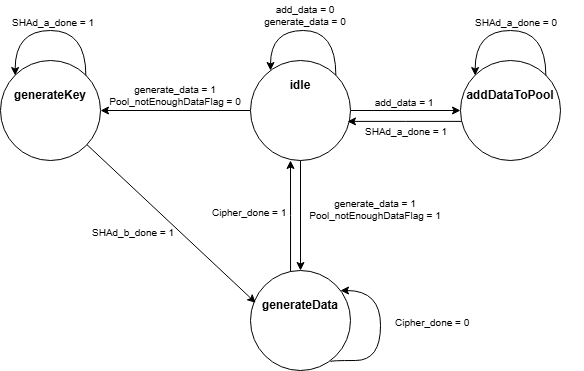
Before: image/README/FSMDiagramRNG.png, a diagram exported from draw.io (rifkifi/Agile-HW-Design-RNG). Source tidied: cells renumbered, new cells last; positions are measured from the earlier drawing's top-left corner, leaving out a move shared by most shapes.
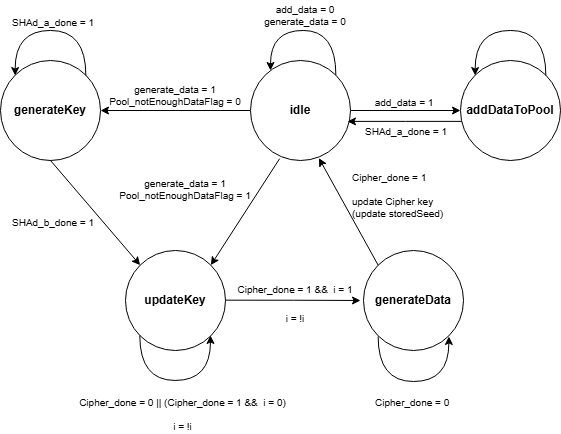
Above is the later version.

Diff of the diagram source:
```diff
@@ -1,127 +1,146 @@
-<mxGraphModel>
+<mxGraphModel background="#ffffff">
   <root>
     <mxCell id="0" />
     <mxCell id="1" parent="0" />
-    <mxCell id="2" style="ellipse;whiteSpace=wrap;html=1;" parent="1" vertex="1">
-      <mxGeometry x="460" y="60" width="100" height="100" as="geometry" />
-    </mxCell>
+    <mxCell id="30" style="ellipse;whiteSpace=wrap;html=1;" parent="1" vertex="1">
+      <mxGeometry x="155" y="850" width="100" height="100" as="geometry" />
+    </mxCell>
+    <mxCell id="31" style="ellipse;whiteSpace=wrap;html=1;" parent="1" vertex="1">
+      <mxGeometry x="490" y="660" width="100" height="100" as="geometry" />
+    </mxCell>
     <mxCell id="3" value="&lt;b&gt;addDataToPool&lt;/b&gt;" style="text;html=1;whiteSpace=wrap;strokeColor=none;fillColor=none;align=center;verticalAlign=middle;rounded=0;" parent="1" vertex="1">
-      <mxGeometry x="480" y="80" width="60" height="30" as="geometry" />
+      <mxGeometry x="510" y="695" width="60" height="30" as="geometry" />
     </mxCell>
-    <mxCell id="4" style="ellipse;whiteSpace=wrap;html=1;" parent="1" vertex="1">
-      <mxGeometry x="250" y="270" width="100" height="100" as="geometry" />
-    </mxCell>
+    <mxCell id="32" style="ellipse;whiteSpace=wrap;html=1;" parent="1" vertex="1">
+      <mxGeometry x="393" y="850" width="100" height="100" as="geometry" />
+    </mxCell>
     <mxCell id="5" value="&lt;b&gt;generateData&lt;/b&gt;" style="text;html=1;whiteSpace=wrap;strokeColor=none;fillColor=none;align=center;verticalAlign=middle;rounded=0;" parent="1" vertex="1">
-      <mxGeometry x="270" y="290" width="60" height="30" as="geometry" />
+      <mxGeometry x="413" y="885" width="60" height="30" as="geometry" />
     </mxCell>
-    <mxCell id="6" style="ellipse;whiteSpace=wrap;html=1;" parent="1" vertex="1">
-      <mxGeometry y="60" width="100" height="100" as="geometry" />
-    </mxCell>
+    <mxCell id="33" style="ellipse;whiteSpace=wrap;html=1;" parent="1" vertex="1">
+      <mxGeometry x="30" y="660" width="100" height="100" as="geometry" />
+    </mxCell>
     <mxCell id="7" value="&lt;b&gt;generateKey&lt;/b&gt;" style="text;html=1;whiteSpace=wrap;strokeColor=none;fillColor=none;align=center;verticalAlign=middle;rounded=0;" parent="1" vertex="1">
-      <mxGeometry x="20" y="80" width="60" height="30" as="geometry" />
+      <mxGeometry x="50" y="695" width="60" height="30" as="geometry" />
     </mxCell>
-    <mxCell id="8" style="edgeStyle=orthogonalEdgeStyle;rounded=0;jettySize=auto;html=1;entryX=0;entryY=0.5;entryDx=0;entryDy=0;" parent="1" edge="1" source="11" target="2">
-      <mxGeometry relative="1" as="geometry" />
-    </mxCell>
-    <mxCell id="9" style="edgeStyle=orthogonalEdgeStyle;rounded=0;jettySize=auto;html=1;entryX=0.5;entryY=0;entryDx=0;entryDy=0;" parent="1" edge="1" source="11" target="4">
-      <mxGeometry relative="1" as="geometry" />
-    </mxCell>
-    <mxCell id="10" style="edgeStyle=orthogonalEdgeStyle;rounded=0;jettySize=auto;html=1;entryX=1;entryY=0.5;entryDx=0;entryDy=0;" parent="1" edge="1" source="11" target="6">
-      <mxGeometry relative="1" as="geometry" />
-    </mxCell>
-    <mxCell id="11" style="ellipse;whiteSpace=wrap;html=1;" parent="1" vertex="1">
-      <mxGeometry x="250" y="60" width="100" height="100" as="geometry" />
-    </mxCell>
+    <mxCell id="34" style="edgeStyle=orthogonalEdgeStyle;rounded=0;jettySize=auto;html=1;entryX=0;entryY=0.5;entryDx=0;entryDy=0;" parent="1" edge="1" source="36" target="31">
+      <mxGeometry relative="1" as="geometry" />
+    </mxCell>
+    <mxCell id="35" style="edgeStyle=orthogonalEdgeStyle;rounded=0;jettySize=auto;html=1;entryX=1;entryY=0.5;entryDx=0;entryDy=0;" parent="1" edge="1" source="36" target="33">
+      <mxGeometry relative="1" as="geometry" />
+    </mxCell>
+    <mxCell id="36" style="ellipse;whiteSpace=wrap;html=1;" parent="1" vertex="1">
+      <mxGeometry x="280" y="660" width="100" height="100" as="geometry" />
+    </mxCell>
     <mxCell id="12" value="&lt;b&gt;idle&lt;/b&gt;" style="text;html=1;whiteSpace=wrap;strokeColor=none;fillColor=none;align=center;verticalAlign=middle;rounded=0;" parent="1" vertex="1">
-      <mxGeometry x="270" y="70" width="60" height="30" as="geometry" />
+      <mxGeometry x="300" y="695" width="60" height="30" as="geometry" />
     </mxCell>
     <mxCell id="13" value="add_data = 1" style="text;html=1;align=center;verticalAlign=middle;whiteSpace=wrap;rounded=0;fontSize=10;" parent="1" vertex="1">
-      <mxGeometry x="364" y="87" width="80" height="30" as="geometry" />
+      <mxGeometry x="394" y="687" width="80" height="30" as="geometry" />
     </mxCell>
     <mxCell id="14" value="generate_data = 1&lt;br&gt;&lt;div&gt;&lt;span style=&quot;background-color: transparent; color: light-dark(rgb(0, 0, 0), rgb(255, 255, 255));&quot;&gt;Pool_notEnoughDataFlag = 1&lt;/span&gt;&lt;div&gt;&lt;div&gt;&lt;br&gt;&lt;/div&gt;&lt;/div&gt;&lt;/div&gt;" style="text;html=1;align=center;verticalAlign=middle;whiteSpace=wrap;rounded=0;fontSize=10;" parent="1" vertex="1">
-      <mxGeometry x="300" y="200" width="150" height="30" as="geometry" />
+      <mxGeometry x="140" y="780" width="150" height="30" as="geometry" />
     </mxCell>
-    <mxCell id="15" style="endArrow=classic;html=1;rounded=0;entryX=0;entryY=0;entryDx=0;entryDy=0;edgeStyle=orthogonalEdgeStyle;curved=1;exitX=1;exitY=0;exitDx=0;exitDy=0;" parent="1" edge="1" source="11">
-      <mxGeometry relative="1" as="geometry">
-        <mxPoint x="270" y="70" as="targetPoint" />
-        <Array as="points">
-          <mxPoint x="335" y="30" />
-          <mxPoint x="270" y="30" />
-        </Array>
-      </mxGeometry>
-    </mxCell>
+    <mxCell id="37" style="endArrow=classic;html=1;rounded=0;entryX=0;entryY=0;entryDx=0;entryDy=0;edgeStyle=orthogonalEdgeStyle;curved=1;exitX=1;exitY=0;exitDx=0;exitDy=0;" parent="1" edge="1" source="36">
+      <mxGeometry relative="1" as="geometry">
+        <mxPoint x="300" y="670" as="targetPoint" />
+        <Array as="points">
+          <mxPoint x="365" y="630" />
+          <mxPoint x="300" y="630" />
+        </Array>
+      </mxGeometry>
+    </mxCell>
     <mxCell id="16" value="add_data = 0&lt;div&gt;generate_data = 0&lt;/div&gt;" style="text;html=1;align=center;verticalAlign=middle;whiteSpace=wrap;rounded=0;fontSize=10;" parent="1" vertex="1">
-      <mxGeometry x="250" width="110" height="30" as="geometry" />
+      <mxGeometry x="280" y="600" width="110" height="30" as="geometry" />
     </mxCell>
-    <mxCell id="17" style="edgeStyle=orthogonalEdgeStyle;rounded=0;jettySize=auto;html=1;entryX=0.97;entryY=0.609;entryDx=0;entryDy=0;entryPerimeter=0;" parent="1" edge="1" source="2" target="11">
-      <mxGeometry relative="1" as="geometry">
-        <Array as="points">
-          <mxPoint x="405" y="120" />
-        </Array>
-      </mxGeometry>
-    </mxCell>
+    <mxCell id="38" style="edgeStyle=orthogonalEdgeStyle;rounded=0;jettySize=auto;html=1;entryX=0.97;entryY=0.609;entryDx=0;entryDy=0;entryPerimeter=0;" parent="1" edge="1" source="31" target="36">
+      <mxGeometry relative="1" as="geometry">
+        <Array as="points">
+          <mxPoint x="435" y="720" />
+        </Array>
+      </mxGeometry>
+    </mxCell>
     <mxCell id="18" value="generate_data = 1&lt;div&gt;&lt;div&gt;Pool_notEnoughDataFlag = 0&lt;/div&gt;&lt;/div&gt;" style="text;html=1;align=center;verticalAlign=middle;whiteSpace=wrap;rounded=0;fontSize=10;" parent="1" vertex="1">
-      <mxGeometry x="100" y="80" width="150" height="30" as="geometry" />
+      <mxGeometry x="130" y="680" width="150" height="30" as="geometry" />
     </mxCell>
-    <mxCell id="19" value="SHAd_a_done = 1" style="text;whiteSpace=wrap;fontSize=10;" parent="1" vertex="1">
-      <mxGeometry x="363" y="119" width="110" height="40" as="geometry" />
-    </mxCell>
-    <mxCell id="20" value="Cipher_done = 1" style="text;whiteSpace=wrap;fontSize=10;" parent="1" vertex="1">
-      <mxGeometry x="210" y="200" width="80" height="40" as="geometry" />
-    </mxCell>
-    <mxCell id="21" style="edgeStyle=orthogonalEdgeStyle;rounded=0;jettySize=auto;html=1;" parent="1" edge="1" source="4">
-      <mxGeometry relative="1" as="geometry">
-        <mxPoint x="290" y="160" as="targetPoint" />
-        <Array as="points">
-          <mxPoint x="290" y="215" />
-        </Array>
-      </mxGeometry>
-    </mxCell>
-    <mxCell id="22" style="rounded=0;jettySize=auto;html=1;entryX=0.052;entryY=0.323;entryDx=0;entryDy=0;entryPerimeter=0;" parent="1" edge="1" source="6" target="4">
-      <mxGeometry relative="1" as="geometry" />
-    </mxCell>
+    <mxCell id="39" value="SHAd_a_done = 1" style="text;whiteSpace=wrap;fontSize=10;" parent="1" vertex="1">
+      <mxGeometry x="393" y="719" width="110" height="40" as="geometry" />
+    </mxCell>
+    <mxCell id="40" value="Cipher_done = 1&#10;&#10;update Cipher key &#10;(update storedSeed) " style="text;whiteSpace=wrap;fontSize=10;" parent="1" vertex="1">
+      <mxGeometry x="380" y="765" width="140" height="45" as="geometry" />
+    </mxCell>
     <mxCell id="23" value="SHAd_b_done = 1" style="text;whiteSpace=wrap;fontSize=10;" parent="1" vertex="1">
-      <mxGeometry x="90" y="220" width="90" height="40" as="geometry" />
+      <mxGeometry x="40" y="810" width="90" height="40" as="geometry" />
     </mxCell>
-    <mxCell id="24" style="endArrow=classic;html=1;rounded=0;edgeStyle=orthogonalEdgeStyle;curved=1;" parent="1" edge="1">
-      <mxGeometry relative="1" as="geometry">
-        <mxPoint x="330" y="361" as="sourcePoint" />
-        <mxPoint x="340" y="290" as="targetPoint" />
-        <Array as="points">
-          <mxPoint x="330" y="360" />
-          <mxPoint x="380" y="360" />
-          <mxPoint x="380" y="290" />
-        </Array>
-      </mxGeometry>
-    </mxCell>
+    <mxCell id="41" value="Cipher_done = 0 || (Cipher_done = 1 &amp;&amp;  i = 0)&#10;&#10;i = !i" style="text;whiteSpace=wrap;fontSize=10;align=center;" parent="1" vertex="1">
+      <mxGeometry x="100" y="990" width="225" height="40" as="geometry" />
+    </mxCell>
+    <mxCell id="42" style="endArrow=classic;html=1;rounded=0;edgeStyle=orthogonalEdgeStyle;curved=1;entryX=0;entryY=0;entryDx=0;entryDy=0;exitX=1;exitY=0;exitDx=0;exitDy=0;" parent="1" edge="1">
+      <mxGeometry relative="1" as="geometry">
+        <mxPoint x="575.4" y="675" as="sourcePoint" />
+        <mxPoint x="504.6" y="675" as="targetPoint" />
+        <Array as="points">
+          <mxPoint x="575.6" y="630" />
+          <mxPoint x="504.6" y="630" />
+        </Array>
+      </mxGeometry>
+    </mxCell>
+    <mxCell id="43" style="endArrow=classic;html=1;rounded=0;edgeStyle=orthogonalEdgeStyle;curved=1;entryX=0;entryY=0;entryDx=0;entryDy=0;exitX=1;exitY=0;exitDx=0;exitDy=0;" parent="1" edge="1">
+      <mxGeometry relative="1" as="geometry">
+        <mxPoint x="115.4" y="675" as="sourcePoint" />
+        <mxPoint x="44.6" y="675" as="targetPoint" />
+        <Array as="points">
+          <mxPoint x="115.6" y="630" />
+          <mxPoint x="44.6" y="630" />
+        </Array>
+      </mxGeometry>
+    </mxCell>
+    <mxCell id="44" value="SHAd_a_done = 1" style="text;whiteSpace=wrap;fontSize=10;" parent="1" vertex="1">
+      <mxGeometry x="40" y="610" width="90" height="40" as="geometry" />
+    </mxCell>
+    <mxCell id="45" style="endArrow=classic;html=1;rounded=0;exitX=0.5;exitY=1;exitDx=0;exitDy=0;entryX=0;entryY=0;entryDx=0;entryDy=0;" parent="1" edge="1" source="33" target="30">
+      <mxGeometry relative="1" as="geometry" />
+    </mxCell>
+    <mxCell id="46" value="&lt;b&gt;updateKey&lt;/b&gt;" style="text;html=1;whiteSpace=wrap;strokeColor=none;fillColor=none;align=center;verticalAlign=middle;rounded=0;" parent="1" vertex="1">
+      <mxGeometry x="175" y="885" width="60" height="30" as="geometry" />
+    </mxCell>
+    <mxCell id="47" style="endArrow=classic;html=1;rounded=0;edgeStyle=orthogonalEdgeStyle;curved=1;entryX=0;entryY=0;entryDx=0;entryDy=0;exitX=1;exitY=0;exitDx=0;exitDy=0;" parent="1" edge="1">
+      <mxGeometry relative="1" as="geometry">
+        <mxPoint x="169.3" y="935" as="sourcePoint" />
+        <mxPoint x="240" y="935" as="targetPoint" />
+        <Array as="points">
+          <mxPoint x="169.3" y="980" />
+          <mxPoint x="240.3" y="980" />
+        </Array>
+      </mxGeometry>
+    </mxCell>
+    <mxCell id="48" style="edgeStyle=orthogonalEdgeStyle;rounded=0;orthogonalLoop=1;jettySize=auto;html=1;" parent="1" edge="1">
+      <mxGeometry relative="1" as="geometry">
+        <mxPoint x="255" y="899.7" as="sourcePoint" />
+        <mxPoint x="390" y="900" as="targetPoint" />
+      </mxGeometry>
+    </mxCell>
+    <mxCell id="49" value="&lt;span style=&quot;color: rgb(0, 0, 0); font-family: Helvetica; font-size: 10px; font-style: normal; font-variant-ligatures: normal; font-variant-caps: normal; font-weight: 400; letter-spacing: normal; orphans: 2; text-indent: 0px; text-transform: none; widows: 2; word-spacing: 0px; -webkit-text-stroke-width: 0px; white-space: normal; text-decoration-thickness: initial; text-decoration-style: initial; text-decoration-color: initial; float: none; display: inline !important;&quot;&gt;Cipher_done = 1 &amp;amp;&amp;amp;&amp;nbsp; i = 1&lt;/span&gt;&lt;div&gt;&lt;span style=&quot;color: rgb(0, 0, 0); font-family: Helvetica; font-size: 10px; font-style: normal; font-variant-ligatures: normal; font-variant-caps: normal; font-weight: 400; letter-spacing: normal; orphans: 2; text-indent: 0px; text-transform: none; widows: 2; word-spacing: 0px; -webkit-text-stroke-width: 0px; white-space: normal; text-decoration-thickness: initial; text-decoration-style: initial; text-decoration-color: initial; float: none; display: inline !important;&quot;&gt;&lt;br&gt;&lt;/span&gt;&lt;/div&gt;&lt;div&gt;&lt;span style=&quot;color: rgb(0, 0, 0); font-family: Helvetica; font-size: 10px; font-style: normal; font-variant-ligatures: normal; font-variant-caps: normal; font-weight: 400; letter-spacing: normal; orphans: 2; text-indent: 0px; text-transform: none; widows: 2; word-spacing: 0px; -webkit-text-stroke-width: 0px; white-space: normal; text-decoration-thickness: initial; text-decoration-style: initial; text-decoration-color: initial; float: none; display: inline !important;&quot;&gt;i = !i&lt;/span&gt;&lt;/div&gt;" style="text;whiteSpace=wrap;html=1;align=center;" parent="1" vertex="1">
+      <mxGeometry x="250" y="875" width="150" height="40" as="geometry" />
+    </mxCell>
+    <mxCell id="50" style="endArrow=classic;html=1;rounded=0;edgeStyle=orthogonalEdgeStyle;curved=1;entryX=0;entryY=0;entryDx=0;entryDy=0;exitX=1;exitY=0;exitDx=0;exitDy=0;" parent="1" edge="1">
+      <mxGeometry relative="1" as="geometry">
+        <mxPoint x="407.6" y="936" as="sourcePoint" />
+        <mxPoint x="478.4" y="936" as="targetPoint" />
+        <Array as="points">
+          <mxPoint x="407.6" y="981" />
+          <mxPoint x="478.6" y="981" />
+        </Array>
+      </mxGeometry>
+    </mxCell>
     <mxCell id="25" value="Cipher_done = 0" style="text;whiteSpace=wrap;fontSize=10;" parent="1" vertex="1">
-      <mxGeometry x="393" y="310" width="80" height="40" as="geometry" />
+      <mxGeometry x="403" y="990" width="80" height="40" as="geometry" />
     </mxCell>
-    <mxCell id="26" style="endArrow=classic;html=1;rounded=0;edgeStyle=orthogonalEdgeStyle;curved=1;entryX=0;entryY=0;entryDx=0;entryDy=0;exitX=1;exitY=0;exitDx=0;exitDy=0;" parent="1" edge="1">
-      <mxGeometry relative="1" as="geometry">
-        <mxPoint x="545.4" y="75" as="sourcePoint" />
-        <mxPoint x="474.6" y="75" as="targetPoint" />
-        <Array as="points">
-          <mxPoint x="545.6" y="30" />
-          <mxPoint x="474.6" y="30" />
-        </Array>
-      </mxGeometry>
-    </mxCell>
-    <mxCell id="27" value="SHAd_a_done = 0" style="text;whiteSpace=wrap;fontSize=10;" parent="1" vertex="1">
-      <mxGeometry x="473" y="10" width="110" height="40" as="geometry" />
-    </mxCell>
-    <mxCell id="28" style="endArrow=classic;html=1;rounded=0;edgeStyle=orthogonalEdgeStyle;curved=1;entryX=0;entryY=0;entryDx=0;entryDy=0;exitX=1;exitY=0;exitDx=0;exitDy=0;" parent="1" edge="1">
-      <mxGeometry relative="1" as="geometry">
-        <mxPoint x="85.4" y="75" as="sourcePoint" />
-        <mxPoint x="14.6" y="75" as="targetPoint" />
-        <Array as="points">
-          <mxPoint x="85.6" y="30" />
-          <mxPoint x="14.6" y="30" />
-        </Array>
-      </mxGeometry>
-    </mxCell>
-    <mxCell id="29" value="SHAd_a_done = 1" style="text;whiteSpace=wrap;fontSize=10;" parent="1" vertex="1">
-      <mxGeometry x="10" y="10" width="90" height="40" as="geometry" />
-    </mxCell>
+    <mxCell id="51" style="endArrow=classic;html=1;rounded=0;exitX=0;exitY=0;exitDx=0;exitDy=0;entryX=0.684;entryY=0.976;entryDx=0;entryDy=0;entryPerimeter=0;" parent="1" edge="1" source="32" target="36">
+      <mxGeometry relative="1" as="geometry" />
+    </mxCell>
+    <mxCell id="52" style="endArrow=classic;html=1;rounded=0;exitX=0.291;exitY=0.982;exitDx=0;exitDy=0;entryX=1;entryY=0;entryDx=0;entryDy=0;exitPerimeter=0;" parent="1" edge="1" source="36" target="30">
+      <mxGeometry relative="1" as="geometry" />
+    </mxCell>
   </root>
 </mxGraphModel>
```
